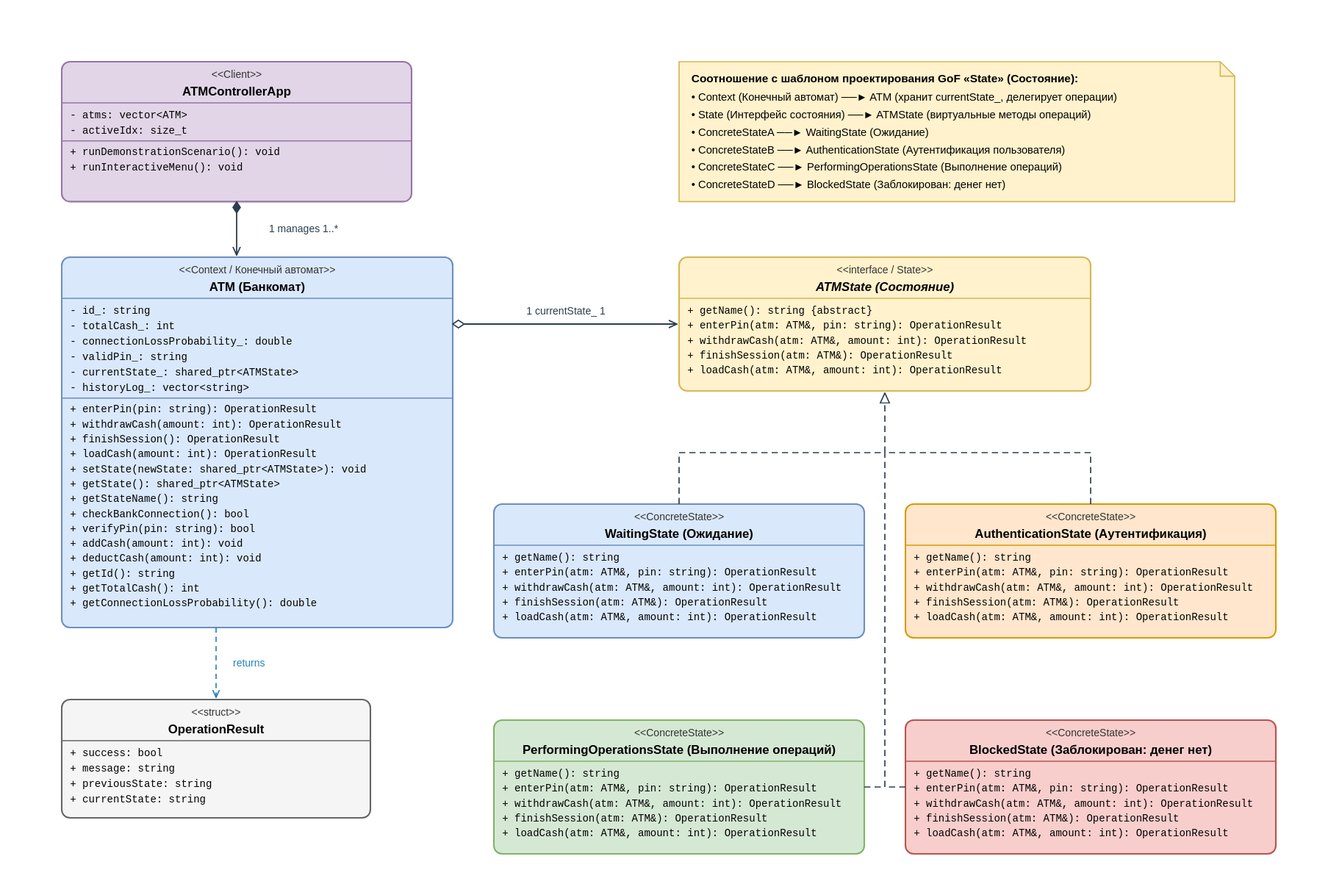
The PlantUML diagram lab-4/class_diagram.drawio.svg in NomenConservandum/informational-systems-and-design-lab-exercises, before a commit. Its source is kept beside it as lab-4/class_diagram.puml.
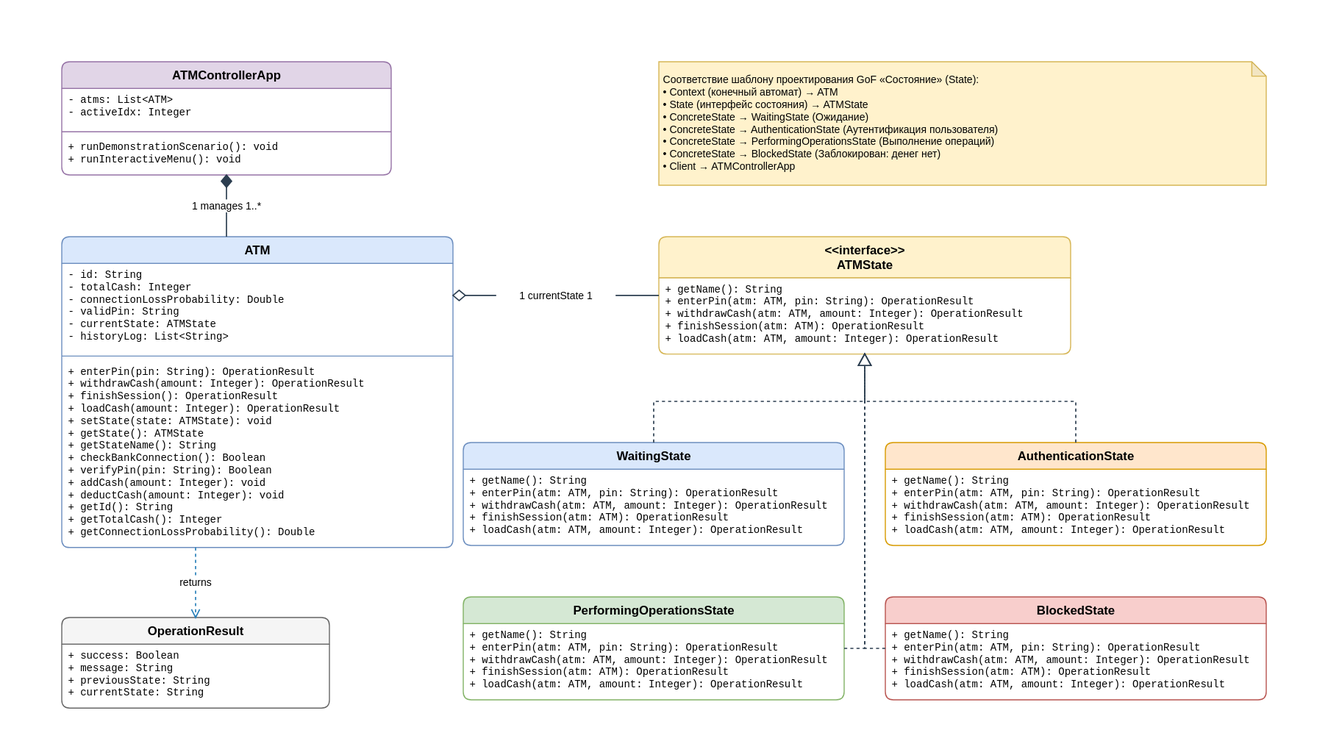
Above is the later version.

Diff of the diagram source:
```diff
@@ -10,105 +10,92 @@
     ArrowColor #2980B9
 }
 
-struct OperationResult {
-    + success: bool
-    + message: string
-    + previousState: string
-    + currentState: string
-}
-
-class ATM <<Context>> {
-    - id_: string
-    - totalCash_: int
-    - connectionLossProbability_: double
-    - validPin_: string
-    - currentState_: shared_ptr<ATMState>
-    - historyLog_: vector<string>
-    + ATM(id: string, initialCash: int, connectionLossProb: double, validPin: string)
-    + enterPin(pin: string): OperationResult
-    + withdrawCash(amount: int): OperationResult
-    + finishSession(): OperationResult
-    + loadCash(amount: int): OperationResult
-    + setState(newState: shared_ptr<ATMState>): void
-    + getState(): shared_ptr<ATMState>
-    + getStateName(): string
-    + checkBankConnection(): bool
-    + verifyPin(pin: string): bool
-    + addCash(amount: int): void
-    + deductCash(amount: int): void
-    + getId(): string
-    + getTotalCash(): int
-    + getConnectionLossProbability(): double
-    + setConnectionLossProbability(prob: double): void
-    + getStatusSummary(): string
-}
-
-abstract class ATMState <<interface / State>> {
-    + {abstract} ~ATMState()
-    + {abstract} getName(): string
-    + {abstract} enterPin(atm: ATM&, pin: string): OperationResult
-    + {abstract} withdrawCash(atm: ATM&, amount: int): OperationResult
-    + {abstract} finishSession(atm: ATM&): OperationResult
-    + {abstract} loadCash(atm: ATM&, amount: int): OperationResult
-}
-
-class WaitingState <<ConcreteState>> {
-    + getName(): string
-    + enterPin(atm: ATM&, pin: string): OperationResult
-    + withdrawCash(atm: ATM&, amount: int): OperationResult
-    + finishSession(atm: ATM&): OperationResult
-    + loadCash(atm: ATM&, amount: int): OperationResult
-}
-
-class AuthenticationState <<ConcreteState>> {
-    + getName(): string
-    + enterPin(atm: ATM&, pin: string): OperationResult
-    + withdrawCash(atm: ATM&, amount: int): OperationResult
-    + finishSession(atm: ATM&): OperationResult
-    + loadCash(atm: ATM&, amount: int): OperationResult
-}
-
-class PerformingOperationsState <<ConcreteState>> {
-    + getName(): string
-    + enterPin(atm: ATM&, pin: string): OperationResult
-    + withdrawCash(atm: ATM&, amount: int): OperationResult
-    + finishSession(atm: ATM&): OperationResult
-    + loadCash(atm: ATM&, amount: int): OperationResult
-}
-
-class BlockedState <<ConcreteState>> {
-    + getName(): string
-    + enterPin(atm: ATM&, pin: string): OperationResult
-    + withdrawCash(atm: ATM&, amount: int): OperationResult
-    + finishSession(atm: ATM&): OperationResult
-    + loadCash(atm: ATM&, amount: int): OperationResult
-}
-
-class ATMControllerApp <<Client>> {
-    - atms: vector<ATM>
-    - activeIdx: size_t
+class ATMControllerApp {
+    - atms: List<ATM>
+    - activeIdx: Integer
     + runDemonstrationScenario(): void
     + runInteractiveMenu(): void
 }
 
+class ATM {
+    - id: String
+    - totalCash: Integer
+    - connectionLossProbability: Double
+    - validPin: String
+    - currentState: ATMState
+    - historyLog: List<String>
+    + enterPin(pin: String): OperationResult
+    + withdrawCash(amount: Integer): OperationResult
+    + finishSession(): OperationResult
+    + loadCash(amount: Integer): OperationResult
+    + setState(state: ATMState): void
+    + getState(): ATMState
+    + getStateName(): String
+    + checkBankConnection(): Boolean
+    + verifyPin(pin: String): Boolean
+    + addCash(amount: Integer): void
+    + deductCash(amount: Integer): void
+    + getId(): String
+    + getTotalCash(): Integer
+    + getConnectionLossProbability(): Double
+}
+
+class OperationResult {
+    + success: Boolean
+    + message: String
+    + previousState: String
+    + currentState: String
+}
+
+interface ATMState {
+    + getName(): String
+    + enterPin(atm: ATM, pin: String): OperationResult
+    + withdrawCash(atm: ATM, amount: Integer): OperationResult
+    + finishSession(atm: ATM): OperationResult
+    + loadCash(atm: ATM, amount: Integer): OperationResult
+}
+
+class WaitingState {
+    + getName(): String
+    + enterPin(atm: ATM, pin: String): OperationResult
+    + withdrawCash(atm: ATM, amount: Integer): OperationResult
+    + finishSession(atm: ATM): OperationResult
+    + loadCash(atm: ATM, amount: Integer): OperationResult
+}
+
+class AuthenticationState {
+    + getName(): String
+    + enterPin(atm: ATM, pin: String): OperationResult
+    + withdrawCash(atm: ATM, amount: Integer): OperationResult
+    + finishSession(atm: ATM): OperationResult
+    + loadCash(atm: ATM, amount: Integer): OperationResult
+}
+
+class PerformingOperationsState {
+    + getName(): String
+    + enterPin(atm: ATM, pin: String): OperationResult
+    + withdrawCash(atm: ATM, amount: Integer): OperationResult
+    + finishSession(atm: ATM): OperationResult
+    + loadCash(atm: ATM, amount: Integer): OperationResult
+}
+
+class BlockedState {
+    + getName(): String
+    + enterPin(atm: ATM, pin: String): OperationResult
+    + withdrawCash(atm: ATM, amount: Integer): OperationResult
+    + finishSession(atm: ATM): OperationResult
+    + loadCash(atm: ATM, amount: Integer): OperationResult
+}
+
 ATMControllerApp "1" *-- "1..*" ATM : manages >
-ATM "1" o-- "1" ATMState : currentState_ >
-ATM ..> OperationResult : returns >
-ATMState ..> OperationResult : returns >
+ATM "1" o-- "1" ATMState : currentState >
+ATM ..> OperationResult : returns
 
 ATMState <|.. WaitingState
 ATMState <|.. AuthenticationState
 ATMState <|.. PerformingOperationsState
 ATMState <|.. BlockedState
 
-note right of ATM
-  Соответствие шаблону GoF «State»:
-  • Context (Конечный автомат) -> ATM
-  • State (Интерфейс состояния) -> ATMState
-  • ConcreteStateA -> WaitingState (Ожидание)
-  • ConcreteStateB -> AuthenticationState (Аутентификация)
-  • ConcreteStateC -> PerformingOperationsState (Выполнение операций)
-  • ConcreteStateD -> BlockedState (Заблокирован: денег нет)
-end note
+note "Соответствие шаблону GoF «Состояние» (State):\n• Context → ATM\n• State → ATMState\n• ConcreteState → WaitingState, AuthenticationState,\n  PerformingOperationsState, BlockedState\n• Client → ATMControllerApp" as N1
 
 @enduml
```
